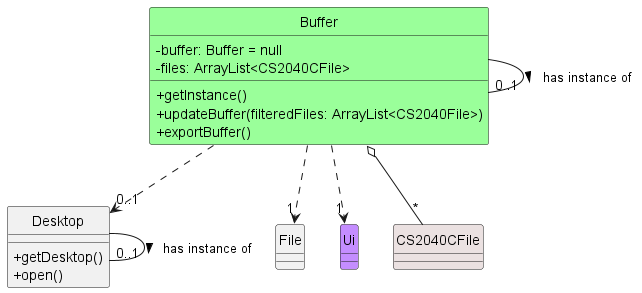
Before: docs/class-diagrams/diagrams/ExportClass.png, a diagram exported from PlantUML (ong-ck/tp).
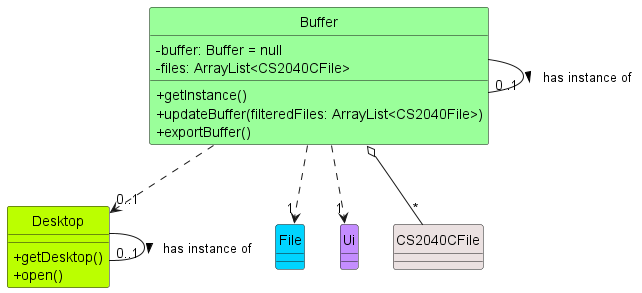
After the change.

What changed in the source:
```diff
@@ -10,16 +10,16 @@
 +exportBuffer()
 }
 
-class File {
+class File File_STYLE {
 }
 
-class Ui Ui_STYLE{
+class Ui Ui_STYLE {
 }
 
-class CS2040CFile CS2040CFile_STYLE{
+class CS2040CFile CS2040CFile_STYLE {
 }
 
-class Desktop {
+class Desktop Desktop_STYLE {
 +getDesktop()
 +open()
 }
```
